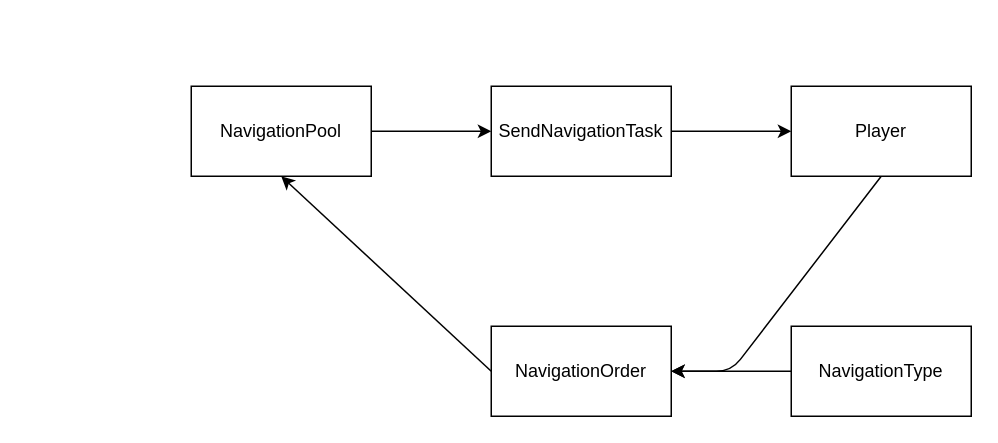
Earlier version of the draw.io diagram map.dio (FallenDeadNetwork/Navigation). Source tidied: cells renumbered, new cells numbered last; positions are measured from the earlier drawing's top-left corner, leaving out a move shared by most shapes. Both pictures are drawn from the tidied source at 150%, with x=0, y=0 at pixel (190, 86).
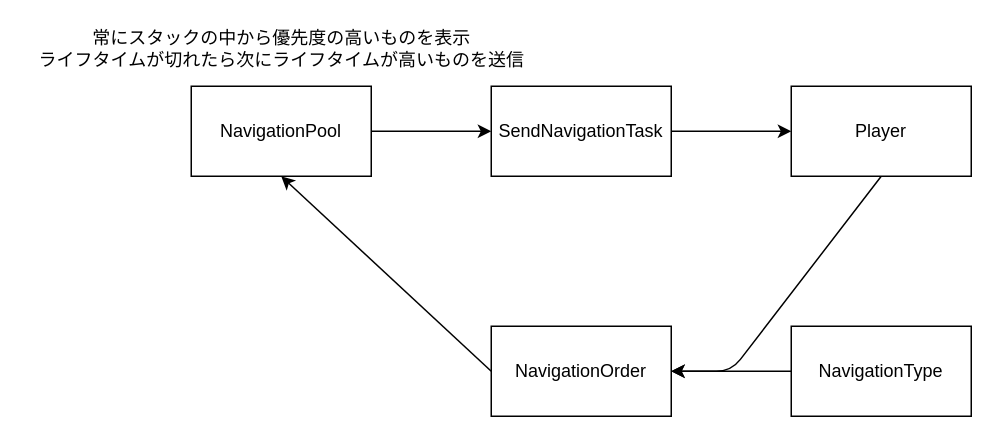
After the change.

Diff of the diagram source:
```diff
@@
 <mxGraphModel>
   <root>
     <mxCell id="0" />
     <mxCell id="1" parent="0" />
     <mxCell id="2" style="edgeStyle=none;html=1;exitX=1;exitY=0.5;exitDx=0;exitDy=0;entryX=0;entryY=0.5;entryDx=0;entryDy=0;" parent="1" edge="1" source="3" target="7">
       <mxGeometry relative="1" as="geometry" />
     </mxCell>
     <mxCell id="3" value="SendNavigationTask" style="whiteSpace=wrap;html=1;" parent="1" vertex="1">
       <mxGeometry x="200" width="120" height="60" as="geometry" />
     </mxCell>
     <mxCell id="4" style="edgeStyle=none;html=1;exitX=1;exitY=0.5;exitDx=0;exitDy=0;entryX=0;entryY=0.5;entryDx=0;entryDy=0;" parent="1" edge="1" source="5" target="3">
       <mxGeometry relative="1" as="geometry" />
     </mxCell>
     <mxCell id="5" value="NavigationPool" style="whiteSpace=wrap;html=1;" parent="1" vertex="1">
       <mxGeometry width="120" height="60" as="geometry" />
     </mxCell>
     <mxCell id="6" style="edgeStyle=none;html=1;exitX=0.5;exitY=1;exitDx=0;exitDy=0;entryX=1;entryY=0.5;entryDx=0;entryDy=0;" parent="1" edge="1" source="7" target="9">
       <mxGeometry relative="1" as="geometry">
         <Array as="points">
           <mxPoint x="360" y="190" />
         </Array>
       </mxGeometry>
     </mxCell>
     <mxCell id="7" value="Player" style="whiteSpace=wrap;html=1;" parent="1" vertex="1">
       <mxGeometry x="400" width="120" height="60" as="geometry" />
     </mxCell>
     <mxCell id="8" style="edgeStyle=none;html=1;exitX=0;exitY=0.5;exitDx=0;exitDy=0;entryX=0.5;entryY=1;entryDx=0;entryDy=0;" parent="1" edge="1" source="9" target="5">
       <mxGeometry relative="1" as="geometry" />
     </mxCell>
     <mxCell id="9" value="NavigationOrder" style="whiteSpace=wrap;html=1;" parent="1" vertex="1">
       <mxGeometry x="200" y="160" width="120" height="60" as="geometry" />
     </mxCell>
     <mxCell id="10" style="edgeStyle=none;html=1;exitX=0;exitY=0.5;exitDx=0;exitDy=0;entryX=1;entryY=0.5;entryDx=0;entryDy=0;" parent="1" edge="1" source="11" target="9">
       <mxGeometry relative="1" as="geometry" />
     </mxCell>
     <mxCell id="11" value="NavigationType" style="whiteSpace=wrap;html=1;" parent="1" vertex="1">
       <mxGeometry x="400" y="160" width="120" height="60" as="geometry" />
     </mxCell>
+    <mxCell id="12" value="常にスタックの中から優先度の高いものを表示&lt;br&gt;ライフタイムが切れたら次にライフタイムが高いものを送信" style="text;html=1;align=center;verticalAlign=middle;strokeColor=none;fillColor=none;" parent="1" vertex="1">
+      <mxGeometry x="-110" y="-40" width="340" height="30" as="geometry" />
+    </mxCell>
   </root>
 </mxGraphModel>
```
